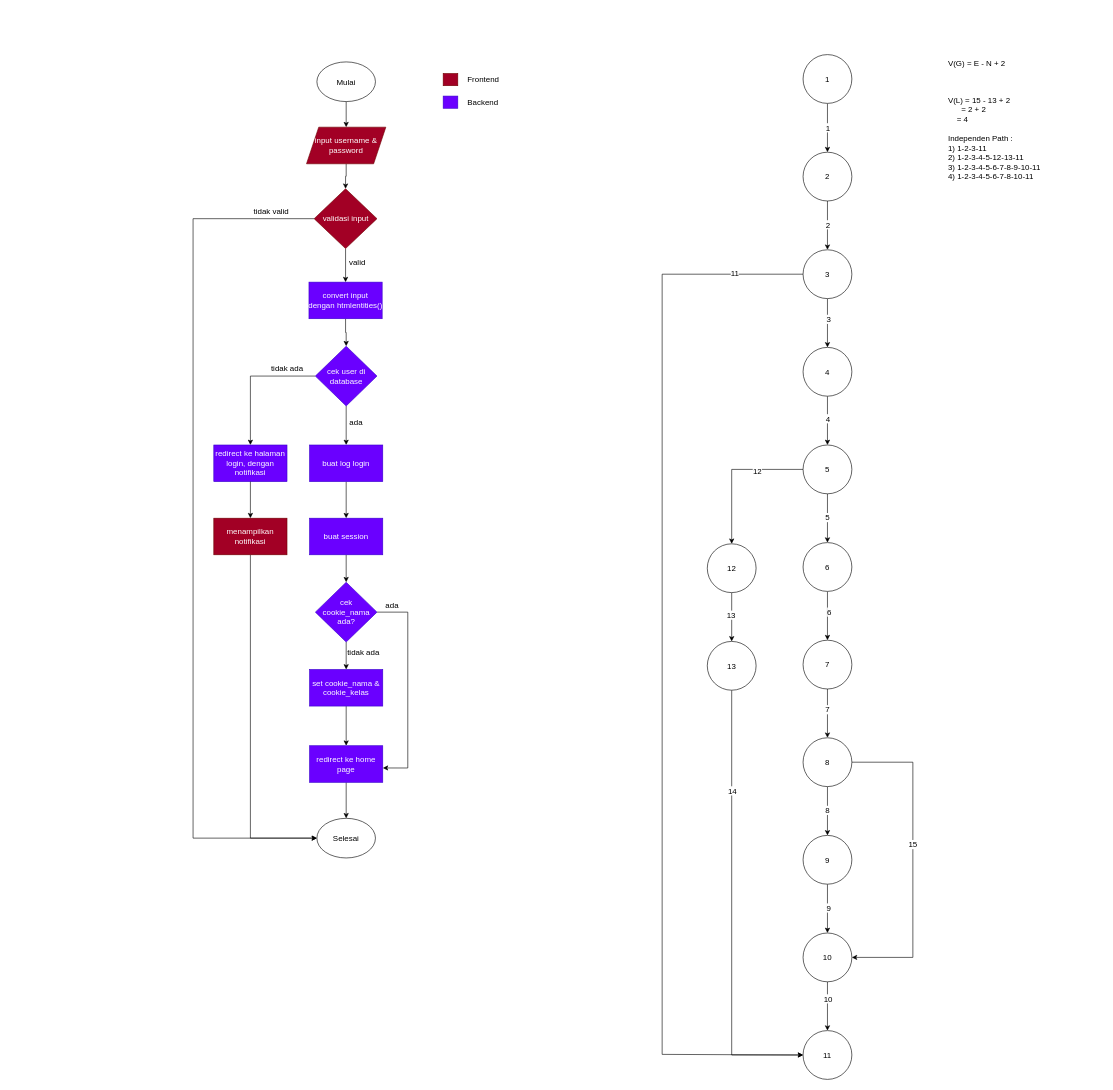
Earlier version of the draw.io diagram flowgraph/flowgraph-login/flowgraph-login.drawio (LRamdhan/white-box-testing-web-ulangan). Source tidied: cells renumbered, new cells numbered last; positions are measured from the earlier drawing's top-left corner, leaving out a move shared by most shapes. Both pictures are drawn from the tidied source at 61%, with x=0, y=0 at pixel (193, 54).
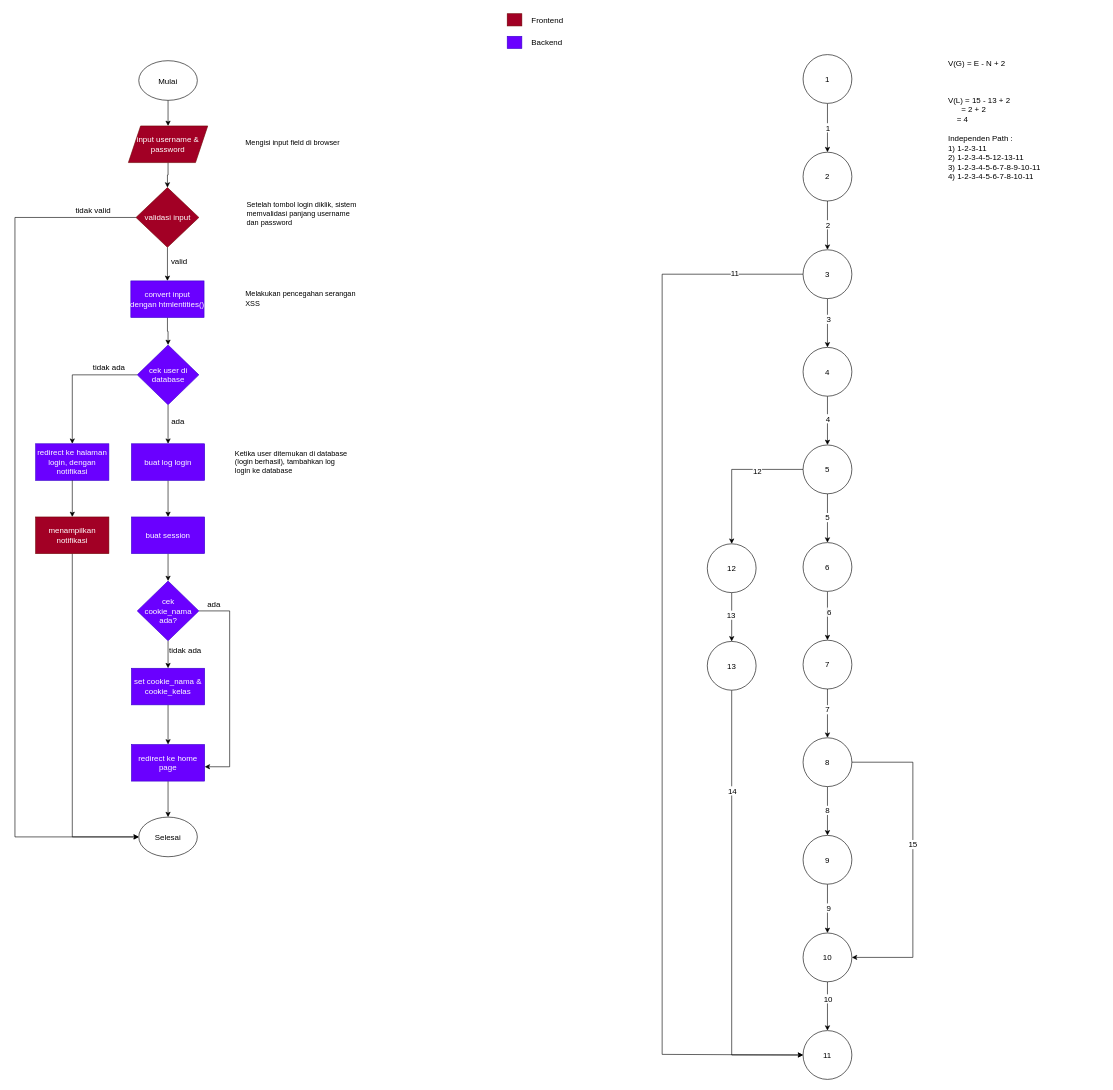
Above is the later version.

What changed in the source:
```diff
@@
     <mxCell id="3" value="Mulai" style="ellipse;whiteSpace=wrap;html=1;fontSize=13;" parent="1" vertex="1">
-      <mxGeometry x="203" y="12" width="96" height="65" as="geometry" />
+      <mxGeometry x="-89" y="10" width="96" height="65" as="geometry" />
     </mxCell>
@@
     <mxCell id="5" value="input username &amp;amp; password" style="shape=parallelogram;perimeter=parallelogramPerimeter;whiteSpace=wrap;html=1;fixedSize=1;fillColor=#a20025;strokeColor=#6F0000;fontColor=#ffffff;fontSize=13;" parent="1" vertex="1">
-      <mxGeometry x="186" y="119" width="130" height="60" as="geometry" />
+      <mxGeometry x="-106" y="117" width="130" height="60" as="geometry" />
     </mxCell>
@@
     <mxCell id="8" value="validasi input" style="rhombus;whiteSpace=wrap;html=1;fillColor=#a20025;fontColor=#ffffff;strokeColor=#6F0000;fontSize=13;" parent="1" vertex="1">
-      <mxGeometry x="198.5" y="220" width="103" height="98" as="geometry" />
+      <mxGeometry x="-93.5" y="218" width="103" height="98" as="geometry" />
     </mxCell>
     <mxCell id="9" value="Selesai" style="ellipse;whiteSpace=wrap;html=1;fontSize=13;" parent="1" vertex="1">
-      <mxGeometry x="203" y="1252" width="96" height="65" as="geometry" />
+      <mxGeometry x="-89" y="1250" width="96" height="65" as="geometry" />
     </mxCell>
@@
     <mxCell id="11" value="convert input dengan&amp;nbsp;htmlentities()" style="rounded=0;whiteSpace=wrap;html=1;fillColor=#6a00ff;fontColor=#ffffff;strokeColor=#3700CC;fontSize=13;" parent="1" vertex="1">
-      <mxGeometry x="190" y="373" width="120" height="60" as="geometry" />
+      <mxGeometry x="-102" y="371" width="120" height="60" as="geometry" />
     </mxCell>
@@
     <mxCell id="16" value="cek user di database" style="rhombus;whiteSpace=wrap;html=1;fillColor=#6a00ff;fontColor=#ffffff;strokeColor=#3700CC;fontSize=13;" parent="1" vertex="1">
-      <mxGeometry x="200.5" y="478" width="101" height="98" as="geometry" />
+      <mxGeometry x="-91.5" y="476" width="101" height="98" as="geometry" />
     </mxCell>
@@
     <mxCell id="18" value="redirect ke halaman login, dengan notifikasi" style="rounded=0;whiteSpace=wrap;html=1;fillColor=#6a00ff;fontColor=#ffffff;strokeColor=#3700CC;fontSize=13;" parent="1" vertex="1">
-      <mxGeometry x="34" y="640" width="120" height="60" as="geometry" />
+      <mxGeometry x="-258" y="638" width="120" height="60" as="geometry" />
     </mxCell>
@@
     <mxCell id="20" value="buat log login" style="rounded=0;whiteSpace=wrap;html=1;fillColor=#6a00ff;fontColor=#ffffff;strokeColor=#3700CC;fontSize=13;" parent="1" vertex="1">
-      <mxGeometry x="191" y="640" width="120" height="60" as="geometry" />
+      <mxGeometry x="-101" y="638" width="120" height="60" as="geometry" />
     </mxCell>
@@
     <mxCell id="22" value="buat session" style="rounded=0;whiteSpace=wrap;html=1;fillColor=#6a00ff;fontColor=#ffffff;strokeColor=#3700CC;fontSize=13;" parent="1" vertex="1">
-      <mxGeometry x="191" y="760" width="120" height="60" as="geometry" />
+      <mxGeometry x="-101" y="758" width="120" height="60" as="geometry" />
     </mxCell>
@@
     <mxCell id="24" value="set cookie_nama &amp;amp; cookie_kelas" style="rounded=0;whiteSpace=wrap;html=1;fillColor=#6a00ff;fontColor=#ffffff;strokeColor=#3700CC;fontSize=13;" parent="1" vertex="1">
-      <mxGeometry x="191" y="1008" width="120" height="60" as="geometry" />
+      <mxGeometry x="-101" y="1006" width="120" height="60" as="geometry" />
     </mxCell>
@@
     <mxCell id="27" style="group;fontSize=13;" parent="1" vertex="1">
-      <mxGeometry x="410" y="26" width="98" height="67" as="geometry" />
+      <mxGeometry x="515" y="-72" width="98" height="67" as="geometry" />
     </mxCell>
@@
     <mxCell id="34" value="cek &lt;br style=&quot;font-size: 13px;&quot;&gt;cookie_nama ada?" style="rhombus;whiteSpace=wrap;html=1;fillColor=#6a00ff;fontColor=#ffffff;strokeColor=#3700CC;fontSize=13;" parent="1" vertex="1">
-      <mxGeometry x="200.5" y="865" width="101" height="98" as="geometry" />
+      <mxGeometry x="-91.5" y="863" width="101" height="98" as="geometry" />
     </mxCell>
     <mxCell id="35" style="edgeStyle=orthogonalEdgeStyle;rounded=0;jettySize=auto;html=1;entryX=0;entryY=0.5;entryDx=0;entryDy=0;exitX=0;exitY=0.5;exitDx=0;exitDy=0;fontSize=13;" parent="1" edge="1" source="8" target="9">
       <mxGeometry relative="1" as="geometry">
         <Array as="points">
-          <mxPoint y="269" />
-          <mxPoint y="1285" />
+          <mxPoint x="-292" y="267" />
+          <mxPoint x="-292" y="1283" />
         </Array>
       </mxGeometry>
     </mxCell>
@@
     <mxCell id="37" value="redirect ke home page" style="rounded=0;whiteSpace=wrap;html=1;fillColor=#6a00ff;fontColor=#ffffff;strokeColor=#3700CC;fontSize=13;" parent="1" vertex="1">
-      <mxGeometry x="191" y="1133" width="120" height="60" as="geometry" />
+      <mxGeometry x="-101" y="1131" width="120" height="60" as="geometry" />
     </mxCell>
     <mxCell id="38" style="edgeStyle=orthogonalEdgeStyle;rounded=0;jettySize=auto;html=1;exitX=1;exitY=0.5;exitDx=0;exitDy=0;entryX=1.001;entryY=0.608;entryDx=0;entryDy=0;entryPerimeter=0;fontSize=13;" parent="1" edge="1" source="34" target="37">
       <mxGeometry relative="1" as="geometry">
         <Array as="points">
-          <mxPoint x="352" y="914" />
-          <mxPoint x="352" y="1169" />
+          <mxPoint x="60" y="912" />
+          <mxPoint x="60" y="1167" />
         </Array>
       </mxGeometry>
     </mxCell>
@@
     <mxCell id="41" value="menampilkan notifikasi" style="rounded=0;whiteSpace=wrap;html=1;fillColor=#a20025;fontColor=#ffffff;strokeColor=#6F0000;fontSize=13;" parent="1" vertex="1">
-      <mxGeometry x="34" y="760" width="120" height="60" as="geometry" />
+      <mxGeometry x="-258" y="758" width="120" height="60" as="geometry" />
     </mxCell>
@@
+    <mxCell id="85" value="&lt;h1&gt;&lt;span style=&quot;font-size: 12px; font-weight: 400;&quot;&gt;Mengisi input field di browser&lt;/span&gt;&lt;/h1&gt;" style="text;html=1;strokeColor=none;fillColor=none;spacing=5;spacingTop=-20;whiteSpace=wrap;overflow=hidden;rounded=0;" parent="1" vertex="1">
+      <mxGeometry x="81" y="121" width="190" height="52" as="geometry" />
+    </mxCell>
+    <mxCell id="86" value="Setelah tombol login diklik, sistem memvalidasi panjang username dan password" style="text;html=1;strokeColor=none;fillColor=none;spacing=0;spacingTop=-20;overflow=hidden;rounded=0;whiteSpace=wrap;labelPosition=center;verticalLabelPosition=middle;align=left;verticalAlign=middle;horizontal=1;" parent="1" vertex="1">
+      <mxGeometry x="88" y="226" width="190" height="90" as="geometry" />
+    </mxCell>
+    <mxCell id="87" value="Melakukan pencegahan serangan XSS" style="text;html=1;strokeColor=none;fillColor=none;spacing=0;spacingTop=-20;overflow=hidden;rounded=0;whiteSpace=wrap;labelPosition=center;verticalLabelPosition=middle;align=left;verticalAlign=middle;horizontal=1;" parent="1" vertex="1">
+      <mxGeometry x="86" y="379" width="190" height="61" as="geometry" />
+    </mxCell>
+    <mxCell id="88" value="Ketika user ditemukan di database (login berhasil), tambahkan log login ke database" style="text;html=1;strokeColor=none;fillColor=none;spacing=0;spacingTop=-20;overflow=hidden;rounded=0;whiteSpace=wrap;labelPosition=center;verticalLabelPosition=middle;align=left;verticalAlign=middle;horizontal=1;" parent="1" vertex="1">
+      <mxGeometry x="69" y="647" width="190" height="61" as="geometry" />
+    </mxCell>
```
